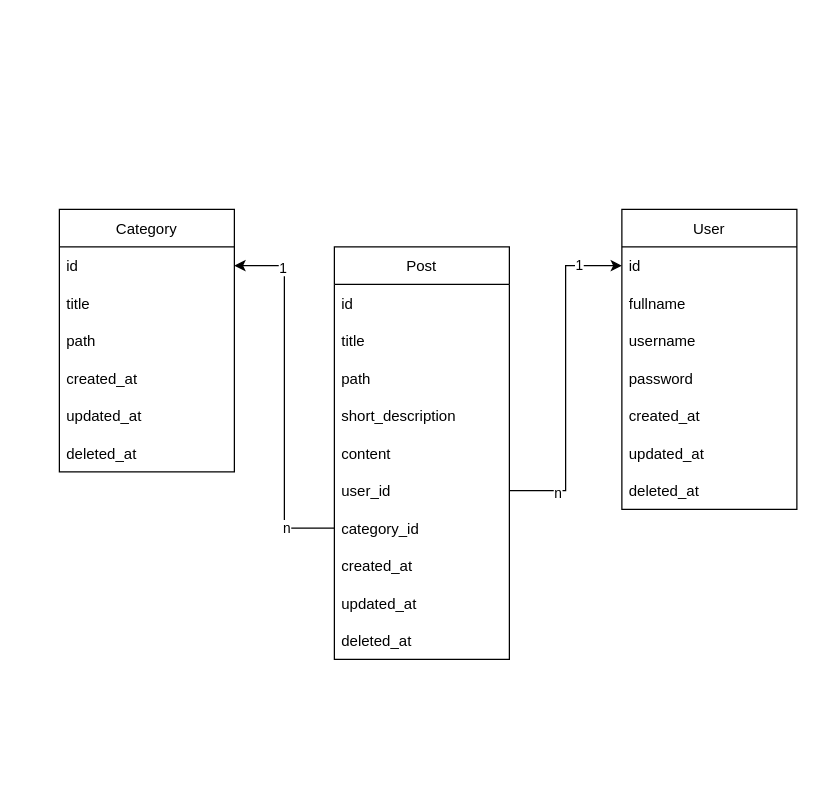
The draw.io diagram page "Database" (1 of 2) of docs/itblog_draw.drawio in lnvt99/react-java-itblog, before the edit. Source tidied: cells renumbered, new cells numbered last; positions are measured from the earlier drawing's top-left corner, leaving out a move shared by most shapes. Both pictures are drawn from the tidied source at 125%, with x=0, y=0 at pixel (59, 209).
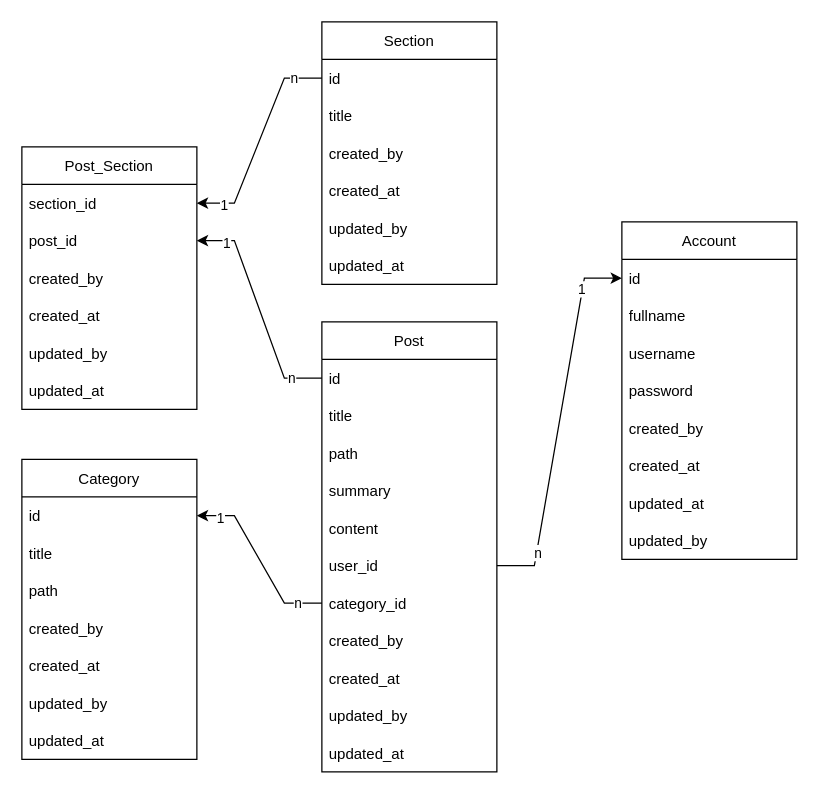
The same diagram, later.

The change refers to these unchanged cells:
```xml
<mxCell id="3" value="id" style="text;strokeColor=none;fillColor=none;align=left;verticalAlign=middle;spacingLeft=4;spacingRight=4;overflow=hidden;points=[[0,0.5],[1,0.5]];portConstraint=eastwest;" parent="2" vertex="1">
  <mxGeometry y="30" width="140" height="30" as="geometry" />
</mxCell>
<mxCell id="8" value="user_id" style="text;strokeColor=none;fillColor=none;align=left;verticalAlign=middle;spacingLeft=4;spacingRight=4;overflow=hidden;points=[[0,0.5],[1,0.5]];portConstraint=eastwest;" parent="2" vertex="1">
  <mxGeometry y="180" width="140" height="30" as="geometry" />
</mxCell>
<mxCell id="9" value="category_id" style="text;strokeColor=none;fillColor=none;align=left;verticalAlign=middle;spacingLeft=4;spacingRight=4;overflow=hidden;points=[[0,0.5],[1,0.5]];portConstraint=eastwest;" parent="2" vertex="1">
  <mxGeometry y="210" width="140" height="30" as="geometry" />
</mxCell>
<mxCell id="14" value="id" style="text;strokeColor=none;fillColor=none;align=left;verticalAlign=middle;spacingLeft=4;spacingRight=4;overflow=hidden;points=[[0,0.5],[1,0.5]];portConstraint=eastwest;" parent="13" vertex="1">
  <mxGeometry y="30" width="140" height="30" as="geometry" />
</mxCell>
<mxCell id="24" value="id" style="text;strokeColor=none;fillColor=none;align=left;verticalAlign=middle;spacingLeft=4;spacingRight=4;overflow=hidden;points=[[0,0.5],[1,0.5]];portConstraint=eastwest;" parent="23" vertex="1">
  <mxGeometry y="30" width="140" height="30" as="geometry" />
</mxCell>
```

What changed in the source:
```diff
@@
     <mxCell id="2" value="Post" style="swimlane;fontStyle=0;horizontal=1;startSize=30;" parent="1" vertex="1">
-      <mxGeometry x="220" y="30" width="140" height="330" as="geometry" />
+      <mxGeometry x="210" y="90" width="140" height="360" as="geometry" />
     </mxCell>
@@
-    <mxCell id="6" value="short_description" style="text;strokeColor=none;fillColor=none;align=left;verticalAlign=middle;spacingLeft=4;spacingRight=4;overflow=hidden;" parent="2" vertex="1">
+    <mxCell id="6" value="summary" style="text;strokeColor=none;fillColor=none;align=left;verticalAlign=middle;spacingLeft=4;spacingRight=4;overflow=hidden;" parent="2" vertex="1">
       <mxGeometry y="120" width="140" height="30" as="geometry" />
     </mxCell>
@@
+    <mxCell id="34" value="created_by" style="text;strokeColor=none;fillColor=none;align=left;verticalAlign=middle;spacingLeft=4;spacingRight=4;overflow=hidden;" parent="2" vertex="1">
+      <mxGeometry y="240" width="140" height="30" as="geometry" />
+    </mxCell>
     <mxCell id="10" value="created_at" style="text;strokeColor=none;fillColor=none;align=left;verticalAlign=middle;spacingLeft=4;spacingRight=4;overflow=hidden;" parent="2" vertex="1">
-      <mxGeometry y="240" width="140" height="30" as="geometry" />
+      <mxGeometry y="270" width="140" height="30" as="geometry" />
     </mxCell>
+    <mxCell id="35" value="updated_by" style="text;strokeColor=none;fillColor=none;align=left;verticalAlign=middle;spacingLeft=4;spacingRight=4;overflow=hidden;" parent="2" vertex="1">
+      <mxGeometry y="300" width="140" height="30" as="geometry" />
+    </mxCell>
     <mxCell id="11" value="updated_at" style="text;strokeColor=none;fillColor=none;align=left;verticalAlign=middle;spacingLeft=4;spacingRight=4;overflow=hidden;" parent="2" vertex="1">
-      <mxGeometry y="270" width="140" height="30" as="geometry" />
+      <mxGeometry y="330" width="140" height="30" as="geometry" />
     </mxCell>
-    <mxCell id="12" value="deleted_at" style="text;strokeColor=none;fillColor=none;align=left;verticalAlign=middle;spacingLeft=4;spacingRight=4;overflow=hidden;" parent="2" vertex="1">
-      <mxGeometry y="300" width="140" height="30" as="geometry" />
-    </mxCell>
     <mxCell id="13" value="Category" style="swimlane;fontStyle=0;horizontal=1;startSize=30;" parent="1" vertex="1">
-      <mxGeometry width="140" height="210" as="geometry" />
+      <mxGeometry x="-30" y="200" width="140" height="240" as="geometry" />
     </mxCell>
@@
+    <mxCell id="36" value="created_by" style="text;strokeColor=none;fillColor=none;align=left;verticalAlign=middle;spacingLeft=4;spacingRight=4;overflow=hidden;" parent="13" vertex="1">
+      <mxGeometry y="120" width="140" height="30" as="geometry" />
+    </mxCell>
     <mxCell id="17" value="created_at" style="text;strokeColor=none;fillColor=none;align=left;verticalAlign=middle;spacingLeft=4;spacingRight=4;overflow=hidden;" parent="13" vertex="1">
-      <mxGeometry y="120" width="140" height="30" as="geometry" />
+      <mxGeometry y="150" width="140" height="30" as="geometry" />
     </mxCell>
+    <mxCell id="37" value="updated_by" style="text;strokeColor=none;fillColor=none;align=left;verticalAlign=middle;spacingLeft=4;spacingRight=4;overflow=hidden;" parent="13" vertex="1">
+      <mxGeometry y="180" width="140" height="30" as="geometry" />
+    </mxCell>
     <mxCell id="18" value="updated_at" style="text;strokeColor=none;fillColor=none;align=left;verticalAlign=middle;spacingLeft=4;spacingRight=4;overflow=hidden;" parent="13" vertex="1">
-      <mxGeometry y="150" width="140" height="30" as="geometry" />
+      <mxGeometry y="210" width="140" height="30" as="geometry" />
     </mxCell>
-    <mxCell id="19" value="deleted_at" style="text;strokeColor=none;fillColor=none;align=left;verticalAlign=middle;spacingLeft=4;spacingRight=4;overflow=hidden;" parent="13" vertex="1">
-      <mxGeometry y="180" width="140" height="30" as="geometry" />
-    </mxCell>
-    <mxCell id="20" style="endArrow=classic;html=1;rounded=0;edgeStyle=orthogonalEdgeStyle;" parent="1" edge="1" source="9" target="14">
+    <mxCell id="20" style="endArrow=classic;html=1;rounded=0;edgeStyle=entityRelationEdgeStyle;" parent="1" edge="1" source="9" target="14">
       <mxGeometry relative="1" as="geometry" />
     </mxCell>
@@
-    <mxCell id="23" value="User" style="swimlane;fontStyle=0;horizontal=1;startSize=30;" parent="1" vertex="1">
-      <mxGeometry x="450" width="140" height="240" as="geometry" />
+    <mxCell id="23" value="Account" style="swimlane;fontStyle=0;horizontal=1;startSize=30;" parent="1" vertex="1">
+      <mxGeometry x="450" y="10" width="140" height="270" as="geometry" />
     </mxCell>
@@
+    <mxCell id="30" value="created_by" style="text;strokeColor=none;fillColor=none;align=left;verticalAlign=middle;spacingLeft=4;spacingRight=4;overflow=hidden;" parent="23" vertex="1">
+      <mxGeometry y="150" width="140" height="30" as="geometry" />
+    </mxCell>
     <mxCell id="28" value="created_at" style="text;strokeColor=none;fillColor=none;align=left;verticalAlign=middle;spacingLeft=4;spacingRight=4;overflow=hidden;" parent="23" vertex="1">
-      <mxGeometry y="150" width="140" height="30" as="geometry" />
+      <mxGeometry y="180" width="140" height="30" as="geometry" />
     </mxCell>
     <mxCell id="29" value="updated_at" style="text;strokeColor=none;fillColor=none;align=left;verticalAlign=middle;spacingLeft=4;spacingRight=4;overflow=hidden;" parent="23" vertex="1">
-      <mxGeometry y="180" width="140" height="30" as="geometry" />
+      <mxGeometry y="210" width="140" height="30" as="geometry" />
     </mxCell>
-    <mxCell id="30" value="deleted_at" style="text;strokeColor=none;fillColor=none;align=left;verticalAlign=middle;spacingLeft=4;spacingRight=4;overflow=hidden;" parent="23" vertex="1">
-      <mxGeometry y="210" width="140" height="30" as="geometry" />
-    </mxCell>
+    <mxCell id="38" value="updated_by" style="text;strokeColor=none;fillColor=none;align=left;verticalAlign=middle;spacingLeft=4;spacingRight=4;overflow=hidden;" parent="23" vertex="1">
+      <mxGeometry y="240" width="140" height="30" as="geometry" />
+    </mxCell>
-    <mxCell id="31" style="endArrow=classic;html=1;rounded=0;edgeStyle=orthogonalEdgeStyle;" parent="1" edge="1" source="8" target="24">
+    <mxCell id="31" style="endArrow=classic;html=1;rounded=0;edgeStyle=entityRelationEdgeStyle;elbow=vertical;" parent="1" edge="1" source="8" target="24">
       <mxGeometry relative="1" as="geometry" />
     </mxCell>
@@
+    <mxCell id="39" value="Section" style="swimlane;fontStyle=0;horizontal=1;startSize=30;" parent="1" vertex="1">
+      <mxGeometry x="210" y="-150" width="140" height="210" as="geometry" />
+    </mxCell>
+    <mxCell id="40" value="id" style="text;strokeColor=none;fillColor=none;align=left;verticalAlign=middle;spacingLeft=4;spacingRight=4;overflow=hidden;points=[[0,0.5],[1,0.5]];portConstraint=eastwest;" parent="39" vertex="1">
+      <mxGeometry y="30" width="140" height="30" as="geometry" />
+    </mxCell>
+    <mxCell id="41" value="title" style="text;strokeColor=none;fillColor=none;align=left;verticalAlign=middle;spacingLeft=4;spacingRight=4;overflow=hidden;" parent="39" vertex="1">
+      <mxGeometry y="60" width="140" height="30" as="geometry" />
+    </mxCell>
+    <mxCell id="42" value="created_by" style="text;strokeColor=none;fillColor=none;align=left;verticalAlign=middle;spacingLeft=4;spacingRight=4;overflow=hidden;" parent="39" vertex="1">
+      <mxGeometry y="90" width="140" height="30" as="geometry" />
+    </mxCell>
+    <mxCell id="43" value="created_at" style="text;strokeColor=none;fillColor=none;align=left;verticalAlign=middle;spacingLeft=4;spacingRight=4;overflow=hidden;" parent="39" vertex="1">
+      <mxGeometry y="120" width="140" height="30" as="geometry" />
+    </mxCell>
+    <mxCell id="44" value="updated_by" style="text;strokeColor=none;fillColor=none;align=left;verticalAlign=middle;spacingLeft=4;spacingRight=4;overflow=hidden;" parent="39" vertex="1">
+      <mxGeometry y="150" width="140" height="30" as="geometry" />
+    </mxCell>
+    <mxCell id="45" value="updated_at" style="text;strokeColor=none;fillColor=none;align=left;verticalAlign=middle;spacingLeft=4;spacingRight=4;overflow=hidden;" parent="39" vertex="1">
+      <mxGeometry y="180" width="140" height="30" as="geometry" />
+    </mxCell>
+    <mxCell id="46" value="Post_Section" style="swimlane;fontStyle=0;horizontal=1;startSize=30;" parent="1" vertex="1">
+      <mxGeometry x="-30" y="-50" width="140" height="210" as="geometry" />
+    </mxCell>
+    <mxCell id="47" value="section_id" style="text;strokeColor=none;fillColor=none;align=left;verticalAlign=middle;spacingLeft=4;spacingRight=4;overflow=hidden;points=[[0,0.5],[1,0.5]];portConstraint=eastwest;" parent="46" vertex="1">
+      <mxGeometry y="30" width="140" height="30" as="geometry" />
+    </mxCell>
+    <mxCell id="48" value="post_id" style="text;strokeColor=none;fillColor=none;align=left;verticalAlign=middle;spacingLeft=4;spacingRight=4;overflow=hidden;points=[[0,0.5],[1,0.5]];portConstraint=eastwest;" parent="46" vertex="1">
+      <mxGeometry y="60" width="140" height="30" as="geometry" />
+    </mxCell>
+    <mxCell id="49" value="created_by" style="text;strokeColor=none;fillColor=none;align=left;verticalAlign=middle;spacingLeft=4;spacingRight=4;overflow=hidden;" parent="46" vertex="1">
+      <mxGeometry y="90" width="140" height="30" as="geometry" />
+    </mxCell>
+    <mxCell id="50" value="created_at" style="text;strokeColor=none;fillColor=none;align=left;verticalAlign=middle;spacingLeft=4;spacingRight=4;overflow=hidden;" parent="46" vertex="1">
+      <mxGeometry y="120" width="140" height="30" as="geometry" />
+    </mxCell>
+    <mxCell id="51" value="updated_by" style="text;strokeColor=none;fillColor=none;align=left;verticalAlign=middle;spacingLeft=4;spacingRight=4;overflow=hidden;" parent="46" vertex="1">
+      <mxGeometry y="150" width="140" height="30" as="geometry" />
+    </mxCell>
+    <mxCell id="52" value="updated_at" style="text;strokeColor=none;fillColor=none;align=left;verticalAlign=middle;spacingLeft=4;spacingRight=4;overflow=hidden;" parent="46" vertex="1">
+      <mxGeometry y="180" width="140" height="30" as="geometry" />
+    </mxCell>
+    <mxCell id="53" style="endArrow=classic;html=1;rounded=0;edgeStyle=entityRelationEdgeStyle;" parent="1" edge="1" source="40" target="47">
+      <mxGeometry relative="1" as="geometry" />
+    </mxCell>
+    <mxCell id="54" value="n" style="edgeLabel;html=1;align=center;verticalAlign=middle;" parent="53" vertex="1">
+      <mxGeometry x="-0.72" y="-1" relative="1" as="geometry" />
+    </mxCell>
+    <mxCell id="55" value="1" style="edgeLabel;html=1;align=center;verticalAlign=middle;" parent="53" vertex="1">
+      <mxGeometry x="0.74" y="1" relative="1" as="geometry" />
+    </mxCell>
+    <mxCell id="56" style="endArrow=classic;html=1;rounded=0;edgeStyle=entityRelationEdgeStyle;" parent="1" edge="1" source="3" target="48">
+      <mxGeometry relative="1" as="geometry" />
+    </mxCell>
+    <mxCell id="57" value="n" style="edgeLabel;html=1;align=center;verticalAlign=middle;" parent="56" vertex="1">
+      <mxGeometry x="-0.72" y="-1" relative="1" as="geometry" />
+    </mxCell>
+    <mxCell id="58" value="1" style="edgeLabel;html=1;align=center;verticalAlign=middle;" parent="56" vertex="1">
+      <mxGeometry x="0.74" y="1" relative="1" as="geometry" />
+    </mxCell>
```
